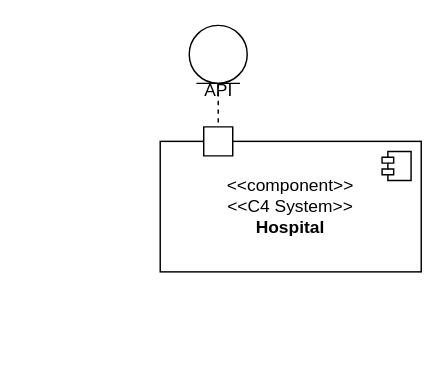
Before: docs/geral/views/level-1/logic/vista_logica.drawio in andredsferreira/p5sem-3dj-g59, a draw.io diagram. Source tidied: cells renumbered, new cells numbered last; positions are measured from the earlier drawing's top-left corner, leaving out a move shared by most shapes. Both pictures are drawn from the tidied source at 145%, with x=0, y=0 at pixel (160, 25).
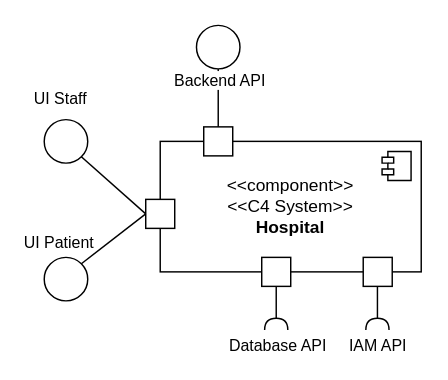
After the change.

Change to the diagram source:
```diff
@@
-    <mxCell id="4" style="shape=umlLifeline;perimeter=lifelinePerimeter;whiteSpace=wrap;html=1;newEdgeStyle={&quot;curved&quot;:0,&quot;rounded&quot;:0};participant=umlEntity;" parent="1" vertex="1">
-      <mxGeometry x="20" width="40" height="80" as="geometry" />
-    </mxCell>
-    <mxCell id="5" value="API" style="text;html=1;align=center;verticalAlign=middle;strokeColor=none;fillColor=none;" parent="1" vertex="1">
-      <mxGeometry x="20" y="30" width="40" height="30" as="geometry" />
-    </mxCell>
-    <mxCell id="6" style="verticalLabelPosition=bottom;verticalAlign=top;html=1;shape=mxgraph.basic.rect;fillColor2=none;strokeWidth=1;size=20;indent=5;" parent="1" vertex="1">
-      <mxGeometry x="30" y="70" width="20" height="20" as="geometry" />
-    </mxCell>
+    <mxCell id="7" style="ellipse;whiteSpace=wrap;html=1;" parent="1" vertex="1">
+      <mxGeometry x="25" width="30" height="30" as="geometry" />
+    </mxCell>
+    <mxCell id="8" style="endArrow=none;html=1;rounded=0;entryX=0.5;entryY=1;entryDx=0;entryDy=0;exitX=0.5;exitY=0;exitDx=0;exitDy=0;" parent="1" edge="1" source="10" target="7">
+      <mxGeometry relative="1" as="geometry" />
+    </mxCell>
+    <mxCell id="9" value="Backend API" style="edgeLabel;html=1;align=center;verticalAlign=middle;" parent="8" vertex="1">
+      <mxGeometry x="0.66" relative="1" as="geometry" />
+    </mxCell>
+    <mxCell id="10" style="rounded=0;whiteSpace=wrap;html=1;" parent="1" vertex="1">
+      <mxGeometry x="30" y="70" width="20" height="20" as="geometry" />
+    </mxCell>
+    <mxCell id="11" style="ellipse;whiteSpace=wrap;html=1;" parent="1" vertex="1">
+      <mxGeometry x="-80" y="65" width="30" height="30" as="geometry" />
+    </mxCell>
+    <mxCell id="12" style="endArrow=none;html=1;rounded=0;entryX=1;entryY=1;entryDx=0;entryDy=0;exitX=0;exitY=0.5;exitDx=0;exitDy=0;" parent="1" edge="1" source="14" target="11">
+      <mxGeometry relative="1" as="geometry" />
+    </mxCell>
+    <mxCell id="13" value="UI Staff" style="edgeLabel;html=1;align=center;verticalAlign=middle;" parent="12" vertex="1">
+      <mxGeometry x="0.66" relative="1" as="geometry">
+        <mxPoint x="-23" y="-47" as="offset" />
+      </mxGeometry>
+    </mxCell>
+    <mxCell id="14" style="rounded=0;whiteSpace=wrap;html=1;" parent="1" vertex="1">
+      <mxGeometry x="-10" y="120" width="20" height="20" as="geometry" />
+    </mxCell>
+    <mxCell id="15" style="ellipse;whiteSpace=wrap;html=1;" parent="1" vertex="1">
+      <mxGeometry x="-80" y="160" width="30" height="30" as="geometry" />
+    </mxCell>
+    <mxCell id="16" style="endArrow=none;html=1;rounded=0;entryX=1;entryY=0;entryDx=0;entryDy=0;exitX=0;exitY=0.5;exitDx=0;exitDy=0;" parent="1" edge="1" source="14" target="15">
+      <mxGeometry relative="1" as="geometry" />
+    </mxCell>
+    <mxCell id="17" value="UI Patient" style="edgeLabel;html=1;align=center;verticalAlign=middle;" parent="16" vertex="1">
+      <mxGeometry x="0.66" relative="1" as="geometry">
+        <mxPoint x="-23" y="-9" as="offset" />
+      </mxGeometry>
+    </mxCell>
+    <mxCell id="18" style="rounded=0;whiteSpace=wrap;html=1;" parent="1" vertex="1">
+      <mxGeometry x="70" y="160" width="20" height="20" as="geometry" />
+    </mxCell>
+    <mxCell id="19" style="rounded=0;whiteSpace=wrap;html=1;" parent="1" vertex="1">
+      <mxGeometry x="140" y="160" width="20" height="20" as="geometry" />
+    </mxCell>
+    <mxCell id="20" style="rounded=0;jettySize=auto;html=1;endArrow=halfCircle;endFill=0;endSize=6;strokeWidth=1;sketch=0;fontSize=12;curved=1;exitX=0.5;exitY=1;exitDx=0;exitDy=0;" parent="1" edge="1" source="18">
+      <mxGeometry relative="1" as="geometry">
+        <mxPoint x="80" y="210" as="targetPoint" />
+      </mxGeometry>
+    </mxCell>
+    <mxCell id="21" value="Database API" style="edgeLabel;html=1;align=center;verticalAlign=middle;" parent="20" vertex="1">
+      <mxGeometry x="0.37" y="1" relative="1" as="geometry">
+        <mxPoint x="-1" y="19" as="offset" />
+      </mxGeometry>
+    </mxCell>
+    <mxCell id="22" style="ellipse;whiteSpace=wrap;html=1;align=center;fillColor=none;strokeColor=none;perimeter=centerPerimeter;" parent="1" vertex="1">
+      <mxGeometry x="40" y="150" width="10" height="10" as="geometry" />
+    </mxCell>
+    <mxCell id="23" style="rounded=0;orthogonalLoop=1;jettySize=auto;html=1;endArrow=halfCircle;endFill=0;endSize=6;strokeWidth=1;sketch=0;fontSize=12;curved=1;exitX=0.5;exitY=1;exitDx=0;exitDy=0;" parent="1" edge="1">
+      <mxGeometry relative="1" as="geometry">
+        <mxPoint x="149.8" y="180" as="sourcePoint" />
+        <mxPoint x="149.8" y="210" as="targetPoint" />
+      </mxGeometry>
+    </mxCell>
+    <mxCell id="24" value="IAM API" style="edgeLabel;html=1;align=center;verticalAlign=middle;" parent="23" vertex="1">
+      <mxGeometry x="0.37" y="1" relative="1" as="geometry">
+        <mxPoint x="-1" y="19" as="offset" />
+      </mxGeometry>
+    </mxCell>
```
